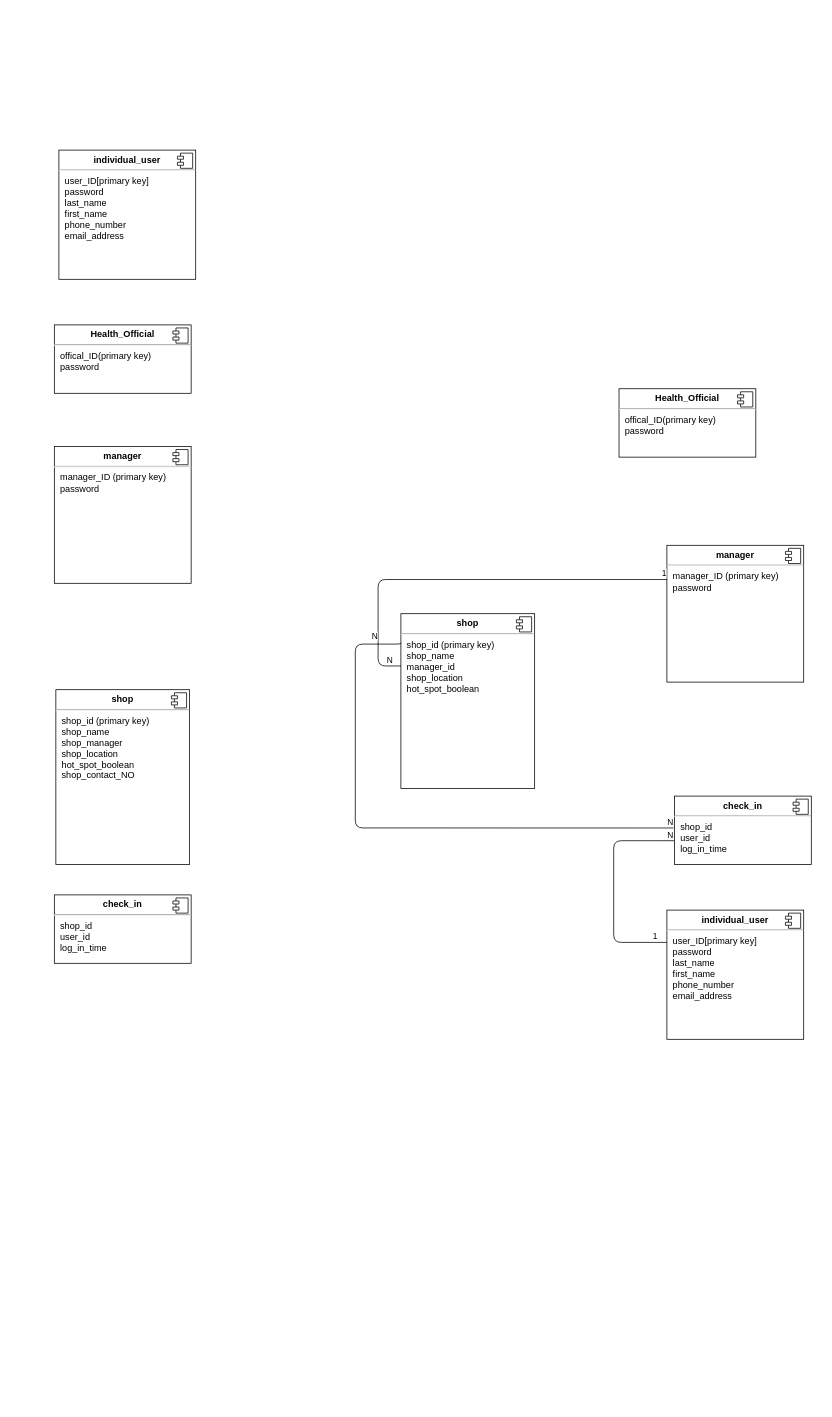
Earlier version of the draw.io diagram schema.drawio (s1-wdc-project/COVID-tracing-system). Source tidied: cells renumbered, new cells numbered last; positions are measured from the earlier drawing's top-left corner, leaving out a move shared by most shapes. Both pictures are drawn from the tidied source at 76%, with x=0, y=0 at pixel (54, 150).
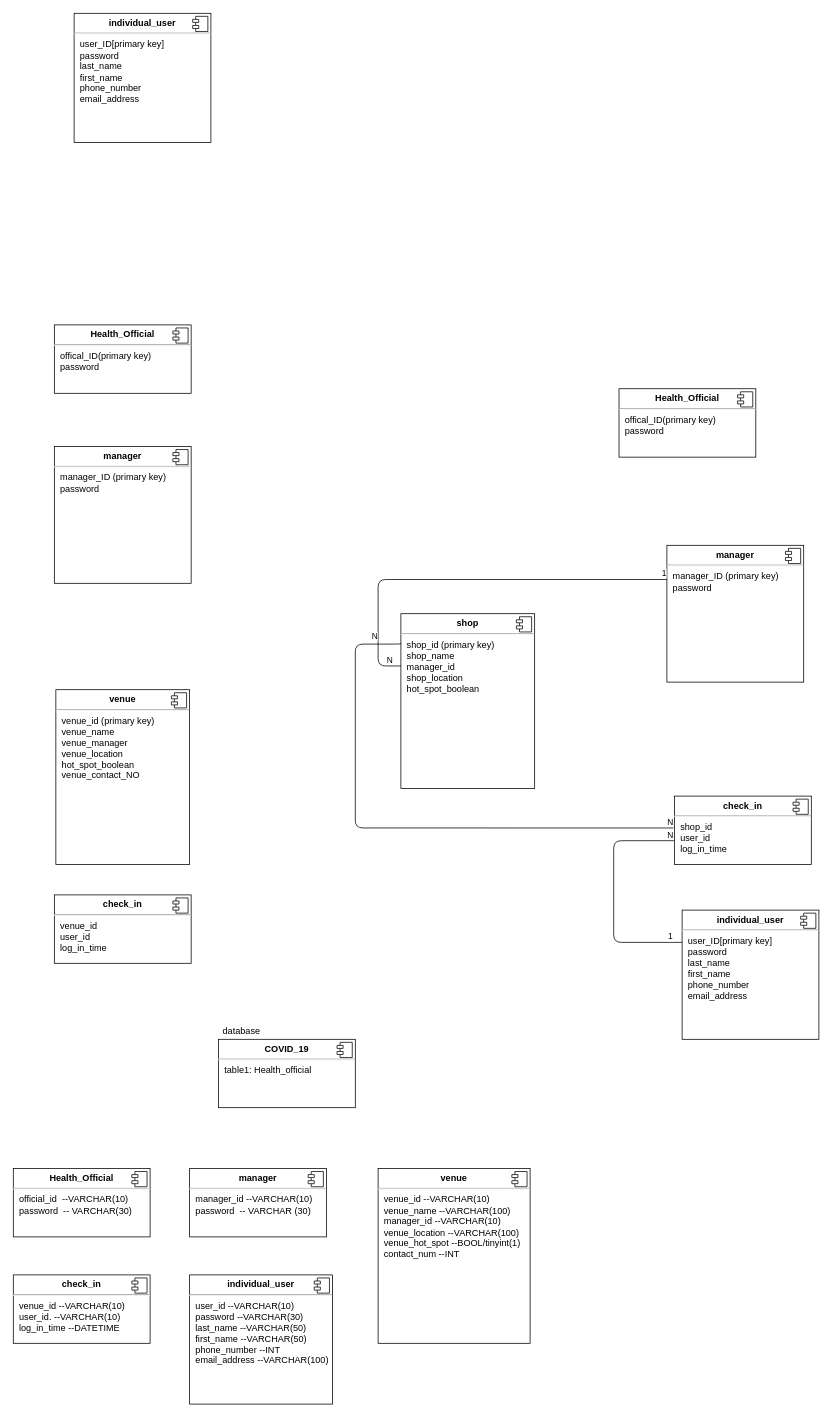
Above is the later version.

What changed in the source:
```diff
@@
     <mxCell id="2" value="&lt;p style=&quot;margin: 0px ; margin-top: 6px ; text-align: center&quot;&gt;&lt;b&gt;individual_user&lt;/b&gt;&lt;/p&gt;&lt;hr&gt;&lt;p style=&quot;margin: 0px ; margin-left: 8px&quot;&gt;user_ID[primary key]&lt;/p&gt;&lt;p style=&quot;margin: 0px ; margin-left: 8px&quot;&gt;password&lt;/p&gt;&lt;p style=&quot;margin: 0px ; margin-left: 8px&quot;&gt;last_name&lt;/p&gt;&lt;p style=&quot;margin: 0px ; margin-left: 8px&quot;&gt;first_name&lt;/p&gt;&lt;p style=&quot;margin: 0px ; margin-left: 8px&quot;&gt;phone_number&lt;/p&gt;&lt;p style=&quot;margin: 0px ; margin-left: 8px&quot;&gt;email_address&lt;/p&gt;&lt;p style=&quot;margin: 0px ; margin-left: 8px&quot;&gt;&lt;br&gt;&lt;/p&gt;" style="align=left;overflow=fill;html=1;" parent="1" vertex="1">
-      <mxGeometry x="6" width="180" height="170" as="geometry" />
+      <mxGeometry x="26" y="-180" width="180" height="170" as="geometry" />
     </mxCell>
@@
-    <mxCell id="8" value="&lt;p style=&quot;margin: 0px ; margin-top: 6px ; text-align: center&quot;&gt;&lt;b&gt;shop&lt;/b&gt;&lt;/p&gt;&lt;hr&gt;&lt;p style=&quot;margin: 0px ; margin-left: 8px&quot;&gt;shop_id (primary key)&lt;/p&gt;&lt;p style=&quot;margin: 0px ; margin-left: 8px&quot;&gt;&lt;span&gt;shop_name&amp;nbsp;&lt;/span&gt;&lt;br&gt;&lt;/p&gt;&lt;p style=&quot;margin: 0px ; margin-left: 8px&quot;&gt;&lt;span&gt;shop_manager&lt;/span&gt;&lt;/p&gt;&lt;p style=&quot;margin: 0px ; margin-left: 8px&quot;&gt;&lt;span&gt;shop_location&amp;nbsp;&lt;/span&gt;&lt;/p&gt;&lt;p style=&quot;margin: 0px ; margin-left: 8px&quot;&gt;&lt;span&gt;hot_spot_boolean&lt;/span&gt;&lt;/p&gt;&lt;p style=&quot;margin: 0px ; margin-left: 8px&quot;&gt;&lt;span&gt;shop_contact_NO&lt;/span&gt;&lt;/p&gt;&lt;p style=&quot;margin: 0px ; margin-left: 8px&quot;&gt;&lt;br&gt;&lt;/p&gt;&lt;p style=&quot;margin: 0px ; margin-left: 8px&quot;&gt;&lt;span&gt;&lt;br&gt;&lt;/span&gt;&lt;/p&gt;&lt;p style=&quot;margin: 0px ; margin-left: 8px&quot;&gt;&lt;span&gt;&lt;br&gt;&lt;/span&gt;&lt;/p&gt;" style="align=left;overflow=fill;html=1;" parent="1" vertex="1">
+    <mxCell id="8" value="&lt;p style=&quot;margin: 0px ; margin-top: 6px ; text-align: center&quot;&gt;&lt;b&gt;venue&lt;/b&gt;&lt;/p&gt;&lt;hr&gt;&lt;p style=&quot;margin: 0px ; margin-left: 8px&quot;&gt;venue_id (primary key)&lt;/p&gt;&lt;p style=&quot;margin: 0px ; margin-left: 8px&quot;&gt;&lt;span&gt;venue_name&amp;nbsp;&lt;/span&gt;&lt;br&gt;&lt;/p&gt;&lt;p style=&quot;margin: 0px ; margin-left: 8px&quot;&gt;&lt;span&gt;venue_manager&lt;/span&gt;&lt;/p&gt;&lt;p style=&quot;margin: 0px ; margin-left: 8px&quot;&gt;&lt;span&gt;venue_location&amp;nbsp;&lt;/span&gt;&lt;/p&gt;&lt;p style=&quot;margin: 0px ; margin-left: 8px&quot;&gt;&lt;span&gt;hot_spot_boolean&lt;/span&gt;&lt;/p&gt;&lt;p style=&quot;margin: 0px ; margin-left: 8px&quot;&gt;&lt;span&gt;venue_contact_NO&lt;/span&gt;&lt;/p&gt;&lt;p style=&quot;margin: 0px ; margin-left: 8px&quot;&gt;&lt;br&gt;&lt;/p&gt;&lt;p style=&quot;margin: 0px ; margin-left: 8px&quot;&gt;&lt;span&gt;&lt;br&gt;&lt;/span&gt;&lt;/p&gt;&lt;p style=&quot;margin: 0px ; margin-left: 8px&quot;&gt;&lt;span&gt;&lt;br&gt;&lt;/span&gt;&lt;/p&gt;" style="align=left;overflow=fill;html=1;" parent="1" vertex="1">
       <mxGeometry x="2" y="710" width="176" height="230" as="geometry" />
     </mxCell>
@@
-    <mxCell id="10" value="&lt;p style=&quot;margin: 0px ; margin-top: 6px ; text-align: center&quot;&gt;&lt;b&gt;check_in&lt;/b&gt;&lt;/p&gt;&lt;hr&gt;&lt;p style=&quot;margin: 0px ; margin-left: 8px&quot;&gt;shop_id&amp;nbsp;&lt;/p&gt;&lt;p style=&quot;margin: 0px ; margin-left: 8px&quot;&gt;user_id&lt;/p&gt;&lt;p style=&quot;margin: 0px ; margin-left: 8px&quot;&gt;log_in_time&lt;/p&gt;&lt;p style=&quot;margin: 0px ; margin-left: 8px&quot;&gt;&lt;br&gt;&lt;/p&gt;&lt;p style=&quot;margin: 0px ; margin-left: 8px&quot;&gt;&lt;br&gt;&lt;/p&gt;" style="align=left;overflow=fill;html=1;" parent="1" vertex="1">
+    <mxCell id="10" value="&lt;p style=&quot;margin: 0px ; margin-top: 6px ; text-align: center&quot;&gt;&lt;b&gt;check_in&lt;/b&gt;&lt;/p&gt;&lt;hr&gt;&lt;p style=&quot;margin: 0px ; margin-left: 8px&quot;&gt;venue_id&amp;nbsp;&lt;/p&gt;&lt;p style=&quot;margin: 0px ; margin-left: 8px&quot;&gt;user_id&lt;/p&gt;&lt;p style=&quot;margin: 0px ; margin-left: 8px&quot;&gt;log_in_time&lt;/p&gt;&lt;p style=&quot;margin: 0px ; margin-left: 8px&quot;&gt;&lt;br&gt;&lt;/p&gt;&lt;p style=&quot;margin: 0px ; margin-left: 8px&quot;&gt;&lt;br&gt;&lt;/p&gt;" style="align=left;overflow=fill;html=1;" parent="1" vertex="1">
       <mxGeometry y="980" width="180" height="90" as="geometry" />
     </mxCell>
@@
     <mxCell id="26" value="&lt;p style=&quot;margin: 0px ; margin-top: 6px ; text-align: center&quot;&gt;&lt;b&gt;individual_user&lt;/b&gt;&lt;/p&gt;&lt;hr&gt;&lt;p style=&quot;margin: 0px ; margin-left: 8px&quot;&gt;user_ID[primary key]&lt;/p&gt;&lt;p style=&quot;margin: 0px ; margin-left: 8px&quot;&gt;password&lt;/p&gt;&lt;p style=&quot;margin: 0px ; margin-left: 8px&quot;&gt;last_name&lt;/p&gt;&lt;p style=&quot;margin: 0px ; margin-left: 8px&quot;&gt;first_name&lt;/p&gt;&lt;p style=&quot;margin: 0px ; margin-left: 8px&quot;&gt;phone_number&lt;/p&gt;&lt;p style=&quot;margin: 0px ; margin-left: 8px&quot;&gt;email_address&lt;/p&gt;&lt;p style=&quot;margin: 0px ; margin-left: 8px&quot;&gt;&lt;br&gt;&lt;/p&gt;" style="align=left;overflow=fill;html=1;" parent="1" vertex="1">
-      <mxGeometry x="806" y="1000" width="180" height="170" as="geometry" />
+      <mxGeometry x="826" y="1000" width="180" height="170" as="geometry" />
     </mxCell>
@@
+    <mxCell id="31" value="&lt;p style=&quot;margin: 0px ; margin-top: 6px ; text-align: center&quot;&gt;&lt;b&gt;COVID_19&lt;/b&gt;&lt;/p&gt;&lt;hr&gt;&lt;p style=&quot;margin: 0px ; margin-left: 8px&quot;&gt;table1: Health_official&lt;/p&gt;" style="align=left;overflow=fill;html=1;" parent="1" vertex="1">
+      <mxGeometry x="216" y="1170" width="180" height="90" as="geometry" />
+    </mxCell>
+    <mxCell id="32" style="shape=component;jettyWidth=8;jettyHeight=4;" parent="31" vertex="1">
+      <mxGeometry x="1" width="20" height="20" relative="1" as="geometry">
+        <mxPoint x="-24" y="4" as="offset" />
+      </mxGeometry>
+    </mxCell>
+    <mxCell id="33" value="database" style="text;html=1;align=center;verticalAlign=middle;strokeColor=none;" parent="1" vertex="1">
+      <mxGeometry x="216" y="1150" width="60" height="20" as="geometry" />
+    </mxCell>
+    <mxCell id="34" value="&lt;p style=&quot;margin: 0px ; margin-top: 6px ; text-align: center&quot;&gt;&lt;b&gt;Health_Official&lt;/b&gt;&lt;/p&gt;&lt;hr&gt;&lt;p style=&quot;margin: 0px ; margin-left: 8px&quot;&gt;official_id&amp;nbsp; --VARCHAR(10)&lt;/p&gt;&lt;p style=&quot;margin: 0px ; margin-left: 8px&quot;&gt;password&amp;nbsp; -- VARCHAR(30)&lt;/p&gt;&lt;p style=&quot;margin: 0px ; margin-left: 8px&quot;&gt;&lt;br&gt;&lt;/p&gt;" style="align=left;overflow=fill;html=1;" parent="1" vertex="1">
+      <mxGeometry x="-54" y="1340" width="180" height="90" as="geometry" />
+    </mxCell>
+    <mxCell id="35" style="shape=component;jettyWidth=8;jettyHeight=4;" parent="34" vertex="1">
+      <mxGeometry x="1" width="20" height="20" relative="1" as="geometry">
+        <mxPoint x="-24" y="4" as="offset" />
+      </mxGeometry>
+    </mxCell>
+    <mxCell id="36" value="&lt;p style=&quot;margin: 0px ; margin-top: 6px ; text-align: center&quot;&gt;&lt;b&gt;manager&lt;/b&gt;&lt;/p&gt;&lt;hr&gt;&lt;p style=&quot;margin: 0px ; margin-left: 8px&quot;&gt;manager_id --VARCHAR(10)&lt;/p&gt;&lt;p style=&quot;margin: 0px ; margin-left: 8px&quot;&gt;password&amp;nbsp; -- VARCHAR (30)&lt;/p&gt;&lt;p style=&quot;margin: 0px ; margin-left: 8px&quot;&gt;&lt;br&gt;&lt;/p&gt;" style="align=left;overflow=fill;html=1;" parent="1" vertex="1">
+      <mxGeometry x="178" y="1340" width="180" height="90" as="geometry" />
+    </mxCell>
+    <mxCell id="37" style="shape=component;jettyWidth=8;jettyHeight=4;" parent="36" vertex="1">
+      <mxGeometry x="1" width="20" height="20" relative="1" as="geometry">
+        <mxPoint x="-24" y="4" as="offset" />
+      </mxGeometry>
+    </mxCell>
+    <mxCell id="38" value="&lt;p style=&quot;margin: 0px ; margin-top: 6px ; text-align: center&quot;&gt;&lt;b&gt;venue&lt;/b&gt;&lt;/p&gt;&lt;hr&gt;&lt;p style=&quot;margin: 0px ; margin-left: 8px&quot;&gt;venue_id --VARCHAR(10)&lt;/p&gt;&lt;p style=&quot;margin: 0px ; margin-left: 8px&quot;&gt;&lt;span&gt;venue_name --VARCHAR(100)&lt;/span&gt;&lt;/p&gt;&lt;p style=&quot;margin: 0px ; margin-left: 8px&quot;&gt;manager_id --VARCHAR(10)&lt;/p&gt;&lt;p style=&quot;margin: 0px ; margin-left: 8px&quot;&gt;&lt;span&gt;venue_location --VARCHAR(100)&lt;/span&gt;&lt;/p&gt;&lt;p style=&quot;margin: 0px ; margin-left: 8px&quot;&gt;&lt;span&gt;venue_hot_spot --BOOL/tinyint(1)&lt;/span&gt;&lt;/p&gt;&lt;p style=&quot;margin: 0px ; margin-left: 8px&quot;&gt;contact_num --INT&amp;nbsp;&lt;/p&gt;&lt;p style=&quot;margin: 0px ; margin-left: 8px&quot;&gt;&lt;br&gt;&lt;/p&gt;&lt;p style=&quot;margin: 0px ; margin-left: 8px&quot;&gt;&lt;span&gt;&lt;br&gt;&lt;/span&gt;&lt;/p&gt;&lt;p style=&quot;margin: 0px ; margin-left: 8px&quot;&gt;&lt;span&gt;&lt;br&gt;&lt;/span&gt;&lt;/p&gt;" style="align=left;overflow=fill;html=1;" parent="1" vertex="1">
+      <mxGeometry x="426" y="1340" width="200" height="230" as="geometry" />
+    </mxCell>
+    <mxCell id="39" style="shape=component;jettyWidth=8;jettyHeight=4;" parent="38" vertex="1">
+      <mxGeometry x="1" width="20" height="20" relative="1" as="geometry">
+        <mxPoint x="-24" y="4" as="offset" />
+      </mxGeometry>
+    </mxCell>
+    <mxCell id="40" value="&lt;p style=&quot;margin: 0px ; margin-top: 6px ; text-align: center&quot;&gt;&lt;b&gt;check_in&lt;/b&gt;&lt;/p&gt;&lt;hr&gt;&lt;p style=&quot;margin: 0px ; margin-left: 8px&quot;&gt;venue_id --VARCHAR(10)&lt;/p&gt;&lt;p style=&quot;margin: 0px ; margin-left: 8px&quot;&gt;user_id. --VARCHAR(10)&lt;/p&gt;&lt;p style=&quot;margin: 0px ; margin-left: 8px&quot;&gt;log_in_time --DATETIME&lt;/p&gt;&lt;p style=&quot;margin: 0px ; margin-left: 8px&quot;&gt;&lt;br&gt;&lt;/p&gt;&lt;p style=&quot;margin: 0px ; margin-left: 8px&quot;&gt;&lt;br&gt;&lt;/p&gt;" style="align=left;overflow=fill;html=1;" parent="1" vertex="1">
+      <mxGeometry x="-54" y="1480" width="180" height="90" as="geometry" />
+    </mxCell>
+    <mxCell id="41" style="shape=component;jettyWidth=8;jettyHeight=4;" parent="40" vertex="1">
+      <mxGeometry x="1" width="20" height="20" relative="1" as="geometry">
+        <mxPoint x="-24" y="4" as="offset" />
+      </mxGeometry>
+    </mxCell>
+    <mxCell id="42" value="&lt;p style=&quot;margin: 0px ; margin-top: 6px ; text-align: center&quot;&gt;&lt;b&gt;individual_user&lt;/b&gt;&lt;/p&gt;&lt;hr&gt;&lt;p style=&quot;margin: 0px ; margin-left: 8px&quot;&gt;user_id --VARCHAR(10)&lt;/p&gt;&lt;p style=&quot;margin: 0px ; margin-left: 8px&quot;&gt;password --VARCHAR(30)&lt;/p&gt;&lt;p style=&quot;margin: 0px ; margin-left: 8px&quot;&gt;last_name --VARCHAR(50)&lt;/p&gt;&lt;p style=&quot;margin: 0px ; margin-left: 8px&quot;&gt;first_name --VARCHAR(50)&lt;/p&gt;&lt;p style=&quot;margin: 0px ; margin-left: 8px&quot;&gt;phone_number --INT&lt;/p&gt;&lt;p style=&quot;margin: 0px ; margin-left: 8px&quot;&gt;email_address --VARCHAR(100)&lt;/p&gt;&lt;p style=&quot;margin: 0px ; margin-left: 8px&quot;&gt;&lt;br&gt;&lt;/p&gt;" style="align=left;overflow=fill;html=1;" parent="1" vertex="1">
+      <mxGeometry x="178" y="1480" width="188" height="170" as="geometry" />
+    </mxCell>
+    <mxCell id="43" style="shape=component;jettyWidth=8;jettyHeight=4;" parent="42" vertex="1">
+      <mxGeometry x="1" width="20" height="20" relative="1" as="geometry">
+        <mxPoint x="-24" y="4" as="offset" />
+      </mxGeometry>
+    </mxCell>
```
